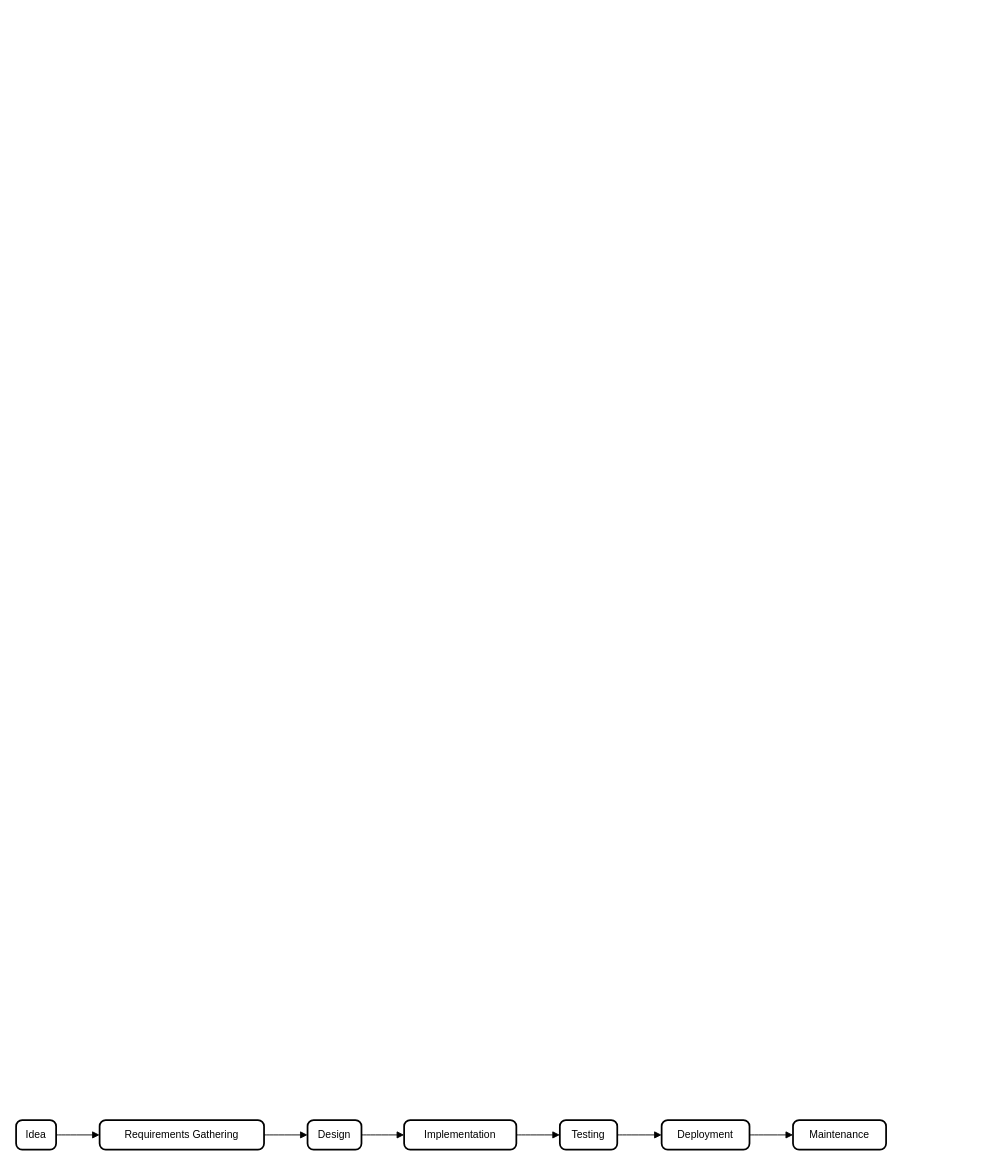
This is Software_Development_Process.drawio from vebinhhoanggia/drawio, a draw.io file, before an edit. Source tidied: cells renumbered, new cells numbered last; positions are measured from the earlier drawing's top-left corner, leaving out a move shared by most shapes. Both pictures are drawn from the tidied source at 87%, with x=0, y=0 at pixel (16, 1120).
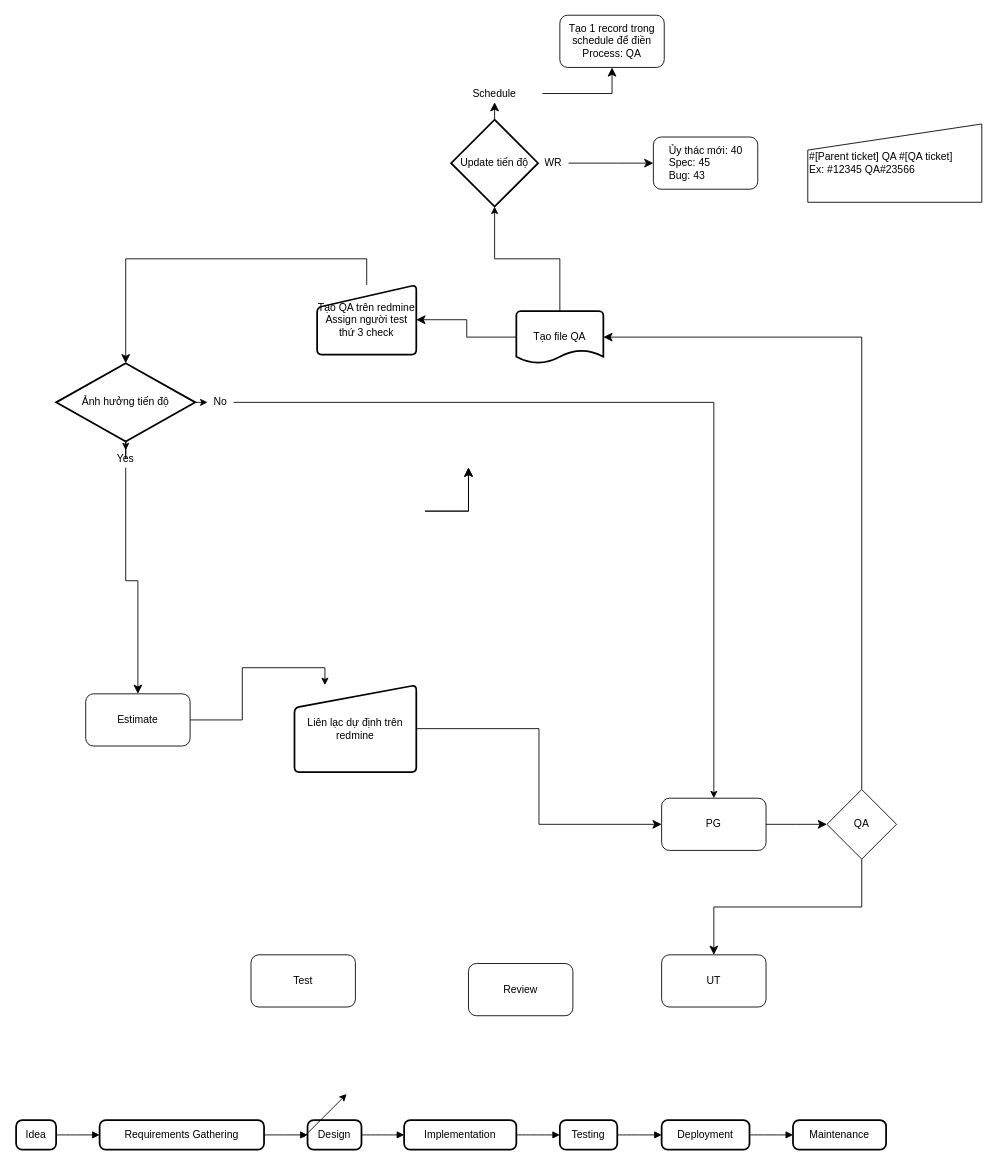
The same diagram, later.

Change to the diagram source:
```diff
@@
+    <mxCell id="15" style="edgeStyle=orthogonalEdgeStyle;rounded=0;jettySize=auto;html=1;exitX=1;exitY=0.5;exitDx=0;exitDy=0;entryX=0.25;entryY=0;entryDx=0;entryDy=0;" parent="1" edge="1" source="16" target="24">
+      <mxGeometry relative="1" as="geometry" />
+    </mxCell>
+    <mxCell id="16" value="Estimate" style="rounded=1;whiteSpace=wrap;html=1;" parent="1" vertex="1">
+      <mxGeometry x="80" y="-490" width="120" height="60" as="geometry" />
+    </mxCell>
+    <mxCell id="17" style="endArrow=classic;html=1;rounded=0;" parent="1" edge="1">
+      <mxGeometry relative="1" as="geometry">
+        <mxPoint x="330" y="20" as="sourcePoint" />
+        <mxPoint x="380" y="-30" as="targetPoint" />
+      </mxGeometry>
+    </mxCell>
+    <mxCell id="18" value="PG" style="rounded=1;whiteSpace=wrap;html=1;" parent="1" vertex="1">
+      <mxGeometry x="742" y="-370" width="120" height="60" as="geometry" />
+    </mxCell>
+    <mxCell id="19" value="UT" style="rounded=1;whiteSpace=wrap;html=1;" parent="1" vertex="1">
+      <mxGeometry x="742" y="-190" width="120" height="60" as="geometry" />
+    </mxCell>
+    <mxCell id="20" value="Review" style="rounded=1;whiteSpace=wrap;html=1;" parent="1" vertex="1">
+      <mxGeometry x="520" y="-180" width="120" height="60" as="geometry" />
+    </mxCell>
+    <mxCell id="21" value="Test" style="rounded=1;whiteSpace=wrap;html=1;" parent="1" vertex="1">
+      <mxGeometry x="270" y="-190" width="120" height="60" as="geometry" />
+    </mxCell>
+    <mxCell id="22" value="QA" style="rhombus;whiteSpace=wrap;html=1;" parent="1" vertex="1">
+      <mxGeometry x="932" y="-380" width="80" height="80" as="geometry" />
+    </mxCell>
+    <mxCell id="23" style="edgeStyle=elbowEdgeStyle;elbow=vertical;endArrow=classic;html=1;curved=0;rounded=0;endSize=8;startSize=8;exitX=0.5;exitY=1;exitDx=0;exitDy=0;entryX=0.5;entryY=0;entryDx=0;entryDy=0;" parent="1" edge="1" source="36" target="16">
+      <mxGeometry relative="1" as="geometry" />
+    </mxCell>
+    <mxCell id="24" value="Liên lạc dự định trên redmine" style="html=1;strokeWidth=2;shape=manualInput;whiteSpace=wrap;rounded=1;size=26;arcSize=11;" parent="1" vertex="1">
+      <mxGeometry x="320" y="-500" width="140" height="100" as="geometry" />
+    </mxCell>
+    <mxCell id="25" style="edgeStyle=elbowEdgeStyle;elbow=vertical;endArrow=classic;html=1;curved=0;rounded=0;endSize=8;startSize=8;exitX=0.5;exitY=0;exitDx=0;exitDy=0;entryX=1;entryY=0.5;entryDx=0;entryDy=0;entryPerimeter=0;" parent="1" edge="1" source="22" target="27">
+      <mxGeometry relative="1" as="geometry">
+        <Array as="points">
+          <mxPoint x="860" y="-900" />
+        </Array>
+      </mxGeometry>
+    </mxCell>
+    <mxCell id="26" style="edgeStyle=orthogonalEdgeStyle;rounded=0;jettySize=auto;html=1;exitX=0.5;exitY=0;exitDx=0;exitDy=0;exitPerimeter=0;entryX=0.5;entryY=1;entryDx=0;entryDy=0;entryPerimeter=0;" parent="1" edge="1" source="27" target="43">
+      <mxGeometry relative="1" as="geometry" />
+    </mxCell>
+    <mxCell id="27" value="Tạo file QA" style="strokeWidth=2;html=1;shape=mxgraph.flowchart.document2;whiteSpace=wrap;size=0.25;" parent="1" vertex="1">
+      <mxGeometry x="575" y="-930" width="100" height="60" as="geometry" />
+    </mxCell>
+    <mxCell id="28" style="edgeStyle=elbowEdgeStyle;elbow=horizontal;endArrow=classic;html=1;curved=0;rounded=0;endSize=8;startSize=8;exitX=1;exitY=0.5;exitDx=0;exitDy=0;" parent="1" edge="1" source="24" target="18">
+      <mxGeometry relative="1" as="geometry" />
+    </mxCell>
+    <mxCell id="29" style="edgeStyle=elbowEdgeStyle;elbow=horizontal;endArrow=classic;html=1;curved=0;rounded=0;endSize=8;startSize=8;entryX=1;entryY=0.5;entryDx=0;entryDy=0;" parent="1" edge="1" source="27" target="31">
+      <mxGeometry relative="1" as="geometry" />
+    </mxCell>
+    <mxCell id="30" style="edgeStyle=elbowEdgeStyle;elbow=horizontal;endArrow=classic;html=1;curved=0;rounded=0;endSize=8;startSize=8;exitX=1;exitY=0.5;exitDx=0;exitDy=0;" parent="1" edge="1" source="18" target="22">
+      <mxGeometry relative="1" as="geometry" />
+    </mxCell>
+    <mxCell id="31" value="Tạo QA trên redmine&lt;br&gt;Assign người test thứ 3 check" style="html=1;strokeWidth=2;shape=manualInput;whiteSpace=wrap;rounded=1;size=26;arcSize=11;" parent="1" vertex="1">
+      <mxGeometry x="346" y="-960" width="114" height="80" as="geometry" />
+    </mxCell>
+    <mxCell id="32" style="edgeStyle=elbowEdgeStyle;elbow=vertical;endArrow=classic;html=1;curved=0;rounded=0;endSize=8;startSize=8;" parent="1" edge="1" source="31" target="34">
+      <mxGeometry relative="1" as="geometry">
+        <Array as="points">
+          <mxPoint x="280" y="-990" />
+        </Array>
+      </mxGeometry>
+    </mxCell>
+    <mxCell id="33" style="edgeStyle=orthogonalEdgeStyle;rounded=0;jettySize=auto;html=1;exitX=0.5;exitY=1;exitDx=0;exitDy=0;exitPerimeter=0;" parent="1" edge="1" source="34" target="36">
+      <mxGeometry relative="1" as="geometry" />
+    </mxCell>
+    <mxCell id="34" value="Ảnh hưởng tiến độ" style="strokeWidth=2;html=1;shape=mxgraph.flowchart.decision;whiteSpace=wrap;" parent="1" vertex="1">
+      <mxGeometry x="46" y="-870" width="160" height="90" as="geometry" />
+    </mxCell>
+    <mxCell id="35" style="edgeStyle=elbowEdgeStyle;elbow=vertical;endArrow=classic;html=1;curved=0;rounded=0;endSize=8;startSize=8;exitX=0.5;exitY=1;exitDx=0;exitDy=0;entryX=0.5;entryY=0;entryDx=0;entryDy=0;" parent="1" edge="1" source="22" target="19">
+      <mxGeometry relative="1" as="geometry" />
+    </mxCell>
+    <mxCell id="36" value="Yes" style="text;html=1;strokeColor=none;fillColor=none;align=center;verticalAlign=middle;whiteSpace=wrap;overflow=hidden;" parent="1" vertex="1">
+      <mxGeometry x="86" y="-770" width="80" height="20" as="geometry" />
+    </mxCell>
+    <mxCell id="37" style="edgeStyle=orthogonalEdgeStyle;rounded=0;jettySize=auto;html=1;exitX=1;exitY=0.5;exitDx=0;exitDy=0;" parent="1" edge="1" source="38" target="18">
+      <mxGeometry relative="1" as="geometry" />
+    </mxCell>
+    <mxCell id="38" value="No" style="text;html=1;strokeColor=none;fillColor=none;align=center;verticalAlign=middle;whiteSpace=wrap;overflow=hidden;" parent="1" vertex="1">
+      <mxGeometry x="220" y="-835" width="30" height="20" as="geometry" />
+    </mxCell>
+    <mxCell id="39" style="edgeStyle=orthogonalEdgeStyle;rounded=0;jettySize=auto;html=1;exitX=1;exitY=0.5;exitDx=0;exitDy=0;exitPerimeter=0;entryX=0;entryY=0.5;entryDx=0;entryDy=0;" parent="1" edge="1" source="34" target="38">
+      <mxGeometry relative="1" as="geometry" />
+    </mxCell>
+    <mxCell id="40" value="Tạo 1 record trong schedule để điền&lt;br&gt;Process: QA" style="rounded=1;whiteSpace=wrap;html=1;" parent="1" vertex="1">
+      <mxGeometry x="625" y="-1270" width="120" height="60" as="geometry" />
+    </mxCell>
+    <mxCell id="41" style="edgeStyle=segmentEdgeStyle;endArrow=classic;html=1;curved=0;rounded=0;endSize=8;startSize=8;" parent="1" edge="1">
+      <mxGeometry relative="1" as="geometry">
+        <mxPoint x="470" y="-700" as="sourcePoint" />
+        <mxPoint x="520" y="-750" as="targetPoint" />
+      </mxGeometry>
+    </mxCell>
+    <mxCell id="42" style="edgeStyle=segmentEdgeStyle;endArrow=classic;html=1;curved=0;rounded=0;endSize=8;startSize=8;" parent="1" edge="1">
+      <mxGeometry relative="1" as="geometry">
+        <mxPoint x="470" y="-700" as="sourcePoint" />
+        <mxPoint x="520" y="-750" as="targetPoint" />
+      </mxGeometry>
+    </mxCell>
+    <mxCell id="43" value="Update tiến độ" style="strokeWidth=2;html=1;shape=mxgraph.flowchart.decision;whiteSpace=wrap;" parent="1" vertex="1">
+      <mxGeometry x="500" y="-1150" width="100" height="100" as="geometry" />
+    </mxCell>
+    <mxCell id="44" value="Schedule" style="text;html=1;strokeColor=none;fillColor=none;align=center;verticalAlign=middle;whiteSpace=wrap;overflow=hidden;" parent="1" vertex="1">
+      <mxGeometry x="495" y="-1190" width="110" height="20" as="geometry" />
+    </mxCell>
+    <mxCell id="45" style="edgeStyle=segmentEdgeStyle;endArrow=classic;html=1;curved=0;rounded=0;endSize=8;startSize=8;exitX=0.5;exitY=0;exitDx=0;exitDy=0;exitPerimeter=0;entryX=0.5;entryY=1;entryDx=0;entryDy=0;" parent="1" edge="1" source="43" target="44">
+      <mxGeometry relative="1" as="geometry" />
+    </mxCell>
+    <mxCell id="46" style="edgeStyle=segmentEdgeStyle;endArrow=classic;html=1;curved=0;rounded=0;endSize=8;startSize=8;exitX=1;exitY=0.5;exitDx=0;exitDy=0;entryX=0.5;entryY=1;entryDx=0;entryDy=0;" parent="1" edge="1" source="44" target="40">
+      <mxGeometry relative="1" as="geometry" />
+    </mxCell>
+    <mxCell id="47" value="&lt;div style=&quot;text-align: left;&quot;&gt;&lt;span style=&quot;background-color: initial;&quot;&gt;Ủy thác mới: 40&lt;/span&gt;&lt;/div&gt;&lt;div style=&quot;text-align: left;&quot;&gt;&lt;span style=&quot;background-color: initial;&quot;&gt;Spec: 45&lt;/span&gt;&lt;/div&gt;&lt;div style=&quot;text-align: left;&quot;&gt;&lt;span style=&quot;background-color: initial;&quot;&gt;Bug: 43&lt;/span&gt;&lt;/div&gt;" style="rounded=1;whiteSpace=wrap;html=1;" parent="1" vertex="1">
+      <mxGeometry x="732.5" y="-1130" width="120" height="60" as="geometry" />
+    </mxCell>
+    <mxCell id="48" value="WR" style="text;html=1;strokeColor=none;fillColor=none;align=center;verticalAlign=middle;whiteSpace=wrap;overflow=hidden;" parent="1" vertex="1">
+      <mxGeometry x="600" y="-1110" width="35" height="20" as="geometry" />
+    </mxCell>
+    <mxCell id="49" style="edgeStyle=segmentEdgeStyle;endArrow=classic;html=1;curved=0;rounded=0;endSize=8;startSize=8;exitX=1;exitY=0.5;exitDx=0;exitDy=0;exitPerimeter=0;" parent="1" edge="1" source="43" target="48">
+      <mxGeometry relative="1" as="geometry" />
+    </mxCell>
+    <mxCell id="50" style="edgeStyle=elbowEdgeStyle;elbow=vertical;endArrow=classic;html=1;curved=0;rounded=0;endSize=8;startSize=8;entryX=0;entryY=0.5;entryDx=0;entryDy=0;" parent="1" edge="1" target="47">
+      <mxGeometry relative="1" as="geometry">
+        <mxPoint x="635" y="-1100" as="sourcePoint" />
+        <Array as="points">
+          <mxPoint x="690" y="-1100" />
+        </Array>
+      </mxGeometry>
+    </mxCell>
+    <mxCell id="51" value="#[Parent ticket] QA #[QA ticket]&lt;br&gt;Ex: #12345 QA#23566" style="shape=manualInput;whiteSpace=wrap;html=1;align=left;" parent="1" vertex="1">
+      <mxGeometry x="910" y="-1145" width="200" height="90" as="geometry" />
+    </mxCell>
```
